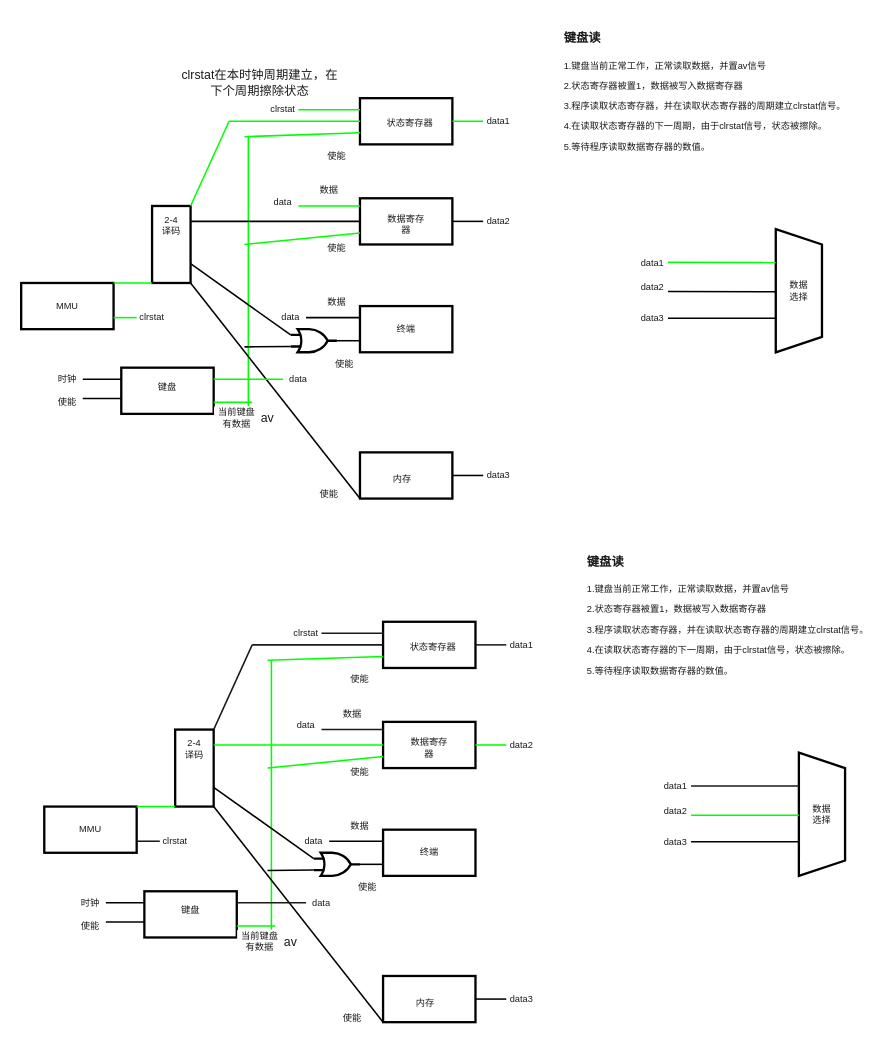
Earlier version of the draw.io diagram page "第 3 页" (3 of 5) of drawio/一些解释.drawio (zybzzz/RISCVFirebird). Source tidied: cells renumbered, new cells numbered last; positions are measured from the earlier drawing's top-left corner, leaving out a move shared by most shapes. Both pictures are drawn from the tidied source at 77%, with x=0, y=0 at pixel (21, 21).
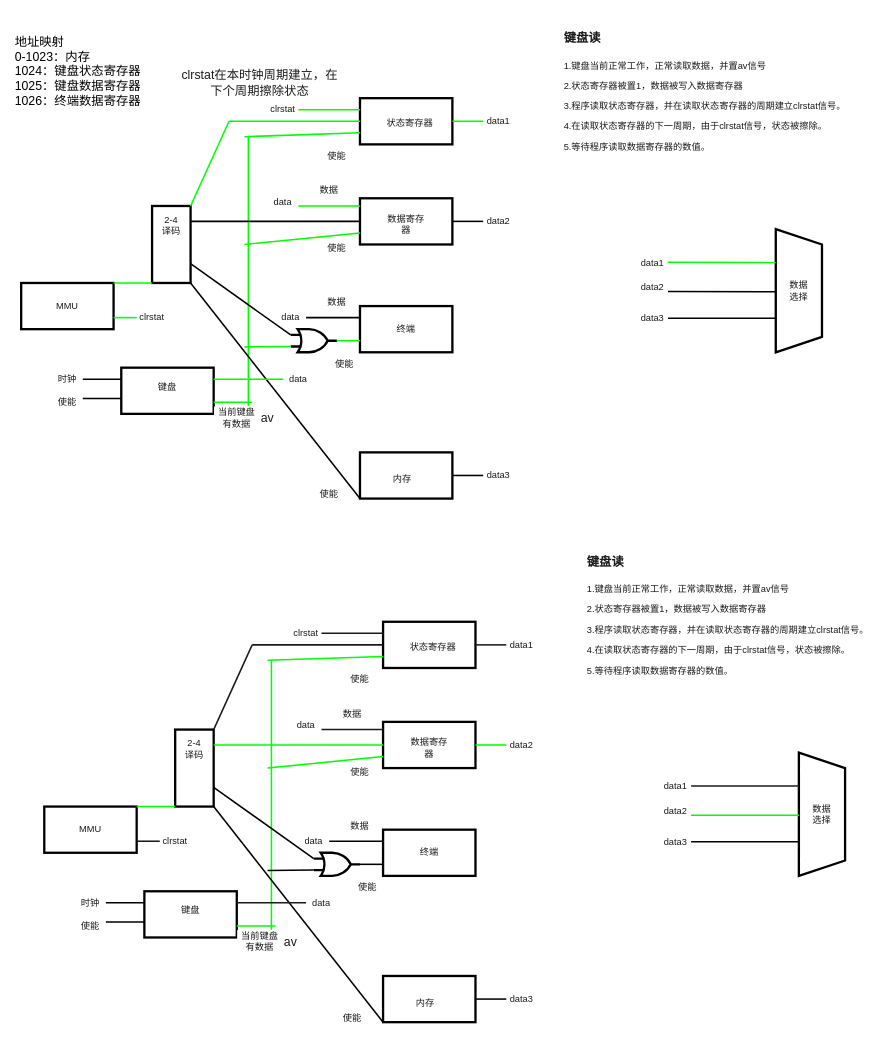
The same diagram, later.

Unchanged cells that the change refers to:
```xml
<mxCell id="17" style="rounded=0;whiteSpace=wrap;html=1;labelBackgroundColor=#FFFFFF;fontFamily=Helvetica;fontSize=12;fontColor=#1A1A1A;fillColor=none;gradientColor=none;strokeWidth=3;" parent="1" vertex="1">
  <mxGeometry x="440" y="370" width="120" height="60" as="geometry" />
</mxCell>
<mxCell id="23" style="verticalLabelPosition=bottom;shadow=0;dashed=0;align=center;html=1;verticalAlign=top;shape=mxgraph.electrical.logic_gates.logic_gate;operation=or;rounded=0;labelBackgroundColor=#FFFFFF;fontFamily=Helvetica;fontSize=12;fontColor=#1A1A1A;strokeWidth=3;fillColor=none;gradientColor=none;" parent="1" vertex="1">
  <mxGeometry x="350" y="400" width="60" height="30" as="geometry" />
</mxCell>
```

The edit, as a diff of the source:
```diff
@@
-    <mxCell id="24" style="endArrow=none;html=1;rounded=0;fontFamily=Helvetica;fontSize=12;fontColor=#1A1A1A;strokeWidth=2;entryX=0;entryY=0.75;entryDx=0;entryDy=0;exitX=1;exitY=0.5;exitDx=0;exitDy=0;exitPerimeter=0;" parent="1" edge="1" source="23" target="17">
+    <mxCell id="24" style="endArrow=none;html=1;rounded=0;fontFamily=Helvetica;fontSize=12;fontColor=#1A1A1A;strokeWidth=2;entryX=0;entryY=0.75;entryDx=0;entryDy=0;exitX=1;exitY=0.5;exitDx=0;exitDy=0;exitPerimeter=0;strokeColor=#00FF00;" parent="1" edge="1" source="23" target="17">
       <mxGeometry relative="1" as="geometry" />
     </mxCell>
@@
-    <mxCell id="30" style="endArrow=none;html=1;rounded=0;fontFamily=Helvetica;fontSize=12;fontColor=#1A1A1A;strokeWidth=2;entryX=0;entryY=0.75;entryDx=0;entryDy=0;entryPerimeter=0;" parent="1" edge="1" target="23">
+    <mxCell id="30" style="endArrow=none;html=1;rounded=0;fontFamily=Helvetica;fontSize=12;fontColor=#1A1A1A;strokeWidth=2;entryX=0;entryY=0.75;entryDx=0;entryDy=0;entryPerimeter=0;strokeColor=#00FF00;" parent="1" edge="1" target="23">
       <mxGeometry relative="1" as="geometry">
         <mxPoint x="290" y="423" as="sourcePoint" />
       </mxGeometry>
     </mxCell>
@@
+    <mxCell id="131" value="&lt;font style=&quot;font-size: 16px&quot;&gt;地址映射&lt;br&gt;0-1023：内存&lt;br&gt;1024：键盘状态寄存器&lt;br&gt;1025：键盘数据寄存器&lt;br&gt;1026：终端数据寄存器&lt;/font&gt;" style="text;html=1;strokeColor=none;fillColor=none;align=left;verticalAlign=middle;whiteSpace=wrap;rounded=0;" parent="1" vertex="1">
+      <mxGeometry x="-10" y="30" width="210" height="70" as="geometry" />
+    </mxCell>
```
